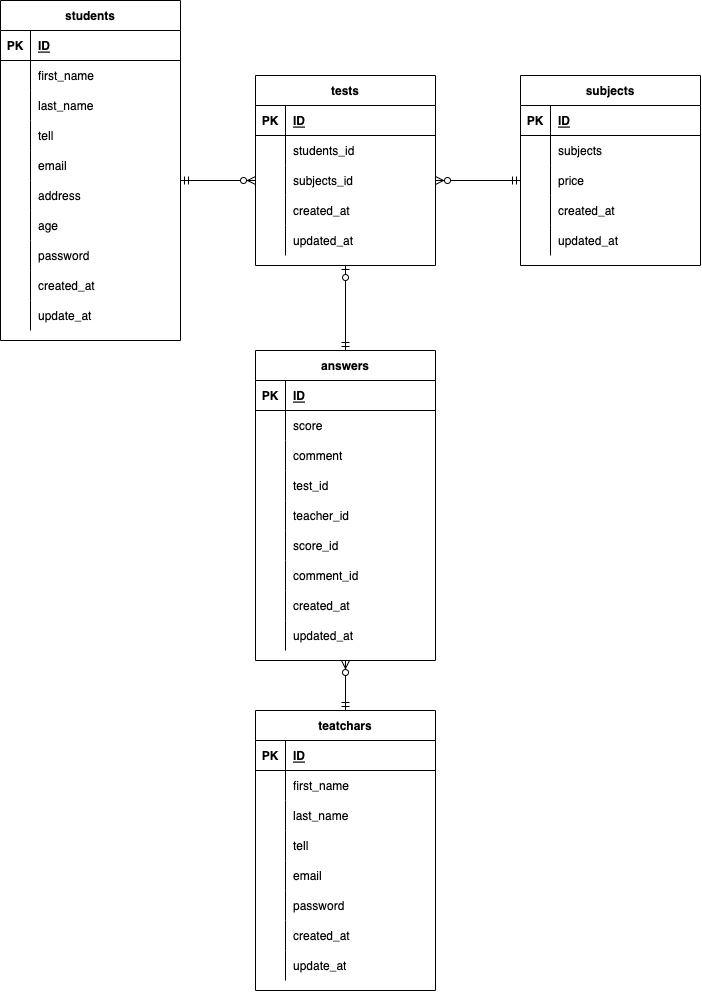
Above: index.drawio.png in kubo-haruka/database_8_test (draw.io), before the change. Source tidied: cells renumbered, new cells last; positions are measured from the earlier drawing's top-left corner, leaving out a move shared by most shapes.
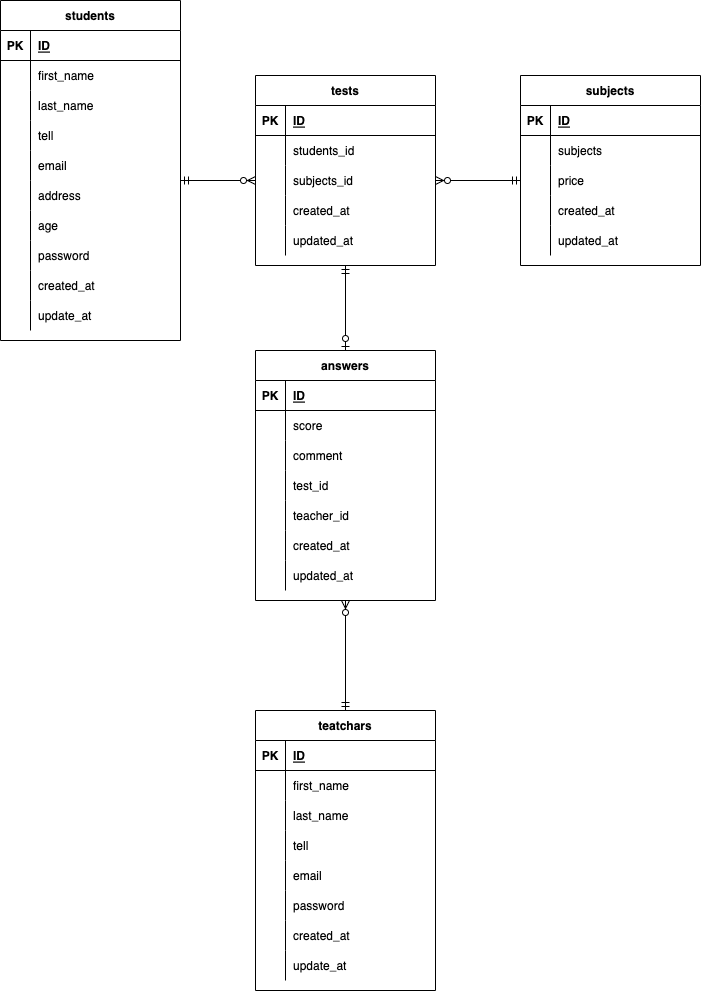
The same file after the commit.

Change to the diagram source:
```diff
@@ -267,7 +267,7 @@
       <mxGeometry x="30" width="150" height="30" as="geometry" />
     </mxCell>
     <mxCell id="90" value="answers" style="shape=table;startSize=30;rowLines=0;fontStyle=1;align=center;" parent="1" vertex="1">
-      <mxGeometry x="255" y="350" width="180" height="310" as="geometry" />
+      <mxGeometry x="255" y="350" width="180" height="250" as="geometry" />
     </mxCell>
     <mxCell id="91" style="shape=partialRectangle;fillColor=none;top=0;left=0;bottom=1;right=0;" parent="90" vertex="1">
       <mxGeometry y="30" width="180" height="30" as="geometry" />
@@ -314,26 +314,8 @@
     <mxCell id="105" value="teacher_id" style="shape=partialRectangle;fillColor=none;top=0;left=0;bottom=0;right=0;align=left;spacingLeft=6;overflow=hidden;" parent="103" vertex="1">
       <mxGeometry x="30" width="150" height="30" as="geometry" />
     </mxCell>
-    <mxCell id="106" style="shape=partialRectangle;fillColor=none;top=0;left=0;bottom=0;right=0;" parent="90" vertex="1">
-      <mxGeometry y="180" width="180" height="30" as="geometry" />
-    </mxCell>
-    <mxCell id="107" style="shape=partialRectangle;fillColor=none;top=0;left=0;bottom=0;right=0;overflow=hidden;" parent="106" vertex="1">
-      <mxGeometry width="30" height="30" as="geometry" />
-    </mxCell>
-    <mxCell id="108" value="score_id" style="shape=partialRectangle;fillColor=none;top=0;left=0;bottom=0;right=0;align=left;spacingLeft=6;overflow=hidden;" parent="106" vertex="1">
-      <mxGeometry x="30" width="150" height="30" as="geometry" />
-    </mxCell>
-    <mxCell id="109" style="shape=partialRectangle;fillColor=none;top=0;left=0;bottom=0;right=0;" parent="90" vertex="1">
-      <mxGeometry y="210" width="180" height="30" as="geometry" />
-    </mxCell>
-    <mxCell id="110" style="shape=partialRectangle;fillColor=none;top=0;left=0;bottom=0;right=0;overflow=hidden;" parent="109" vertex="1">
-      <mxGeometry width="30" height="30" as="geometry" />
-    </mxCell>
-    <mxCell id="111" value="comment_id" style="shape=partialRectangle;fillColor=none;top=0;left=0;bottom=0;right=0;align=left;spacingLeft=6;overflow=hidden;" parent="109" vertex="1">
-      <mxGeometry x="30" width="150" height="30" as="geometry" />
-    </mxCell>
     <mxCell id="112" style="shape=partialRectangle;fillColor=none;top=0;left=0;bottom=0;right=0;" parent="90" vertex="1">
-      <mxGeometry y="240" width="180" height="30" as="geometry" />
+      <mxGeometry y="180" width="180" height="30" as="geometry" />
     </mxCell>
     <mxCell id="113" style="shape=partialRectangle;fillColor=none;top=0;left=0;bottom=0;right=0;overflow=hidden;" parent="112" vertex="1">
       <mxGeometry width="30" height="30" as="geometry" />
@@ -342,7 +324,7 @@
       <mxGeometry x="30" width="150" height="30" as="geometry" />
     </mxCell>
     <mxCell id="115" style="shape=partialRectangle;fillColor=none;top=0;left=0;bottom=0;right=0;" parent="90" vertex="1">
-      <mxGeometry y="270" width="180" height="30" as="geometry" />
+      <mxGeometry y="210" width="180" height="30" as="geometry" />
     </mxCell>
     <mxCell id="116" style="shape=partialRectangle;fillColor=none;top=0;left=0;bottom=0;right=0;overflow=hidden;" parent="115" vertex="1">
       <mxGeometry width="30" height="30" as="geometry" />
@@ -361,7 +343,7 @@
     <mxCell id="120" style="fontSize=12;html=1;endArrow=ERzeroToMany;startArrow=ERmandOne;exitX=0.5;exitY=0;exitDx=0;exitDy=0;entryX=0.5;entryY=1;entryDx=0;entryDy=0;" parent="1" edge="1" source="33" target="90">
       <mxGeometry relative="1" as="geometry" />
     </mxCell>
-    <mxCell id="121" style="fontSize=12;html=1;endArrow=ERzeroToOne;startArrow=ERmandOne;entryX=0.5;entryY=1;entryDx=0;entryDy=0;exitX=0.5;exitY=0;exitDx=0;exitDy=0;" parent="1" edge="1" source="90" target="74">
+    <mxCell id="121" style="fontSize=12;html=1;endArrow=ERzeroToOne;startArrow=ERmandOne;entryX=0.5;entryY=0;entryDx=0;entryDy=0;exitX=0.5;exitY=1;exitDx=0;exitDy=0;" parent="1" edge="1" source="74" target="90">
       <mxGeometry relative="1" as="geometry" />
     </mxCell>
   </root>
```
